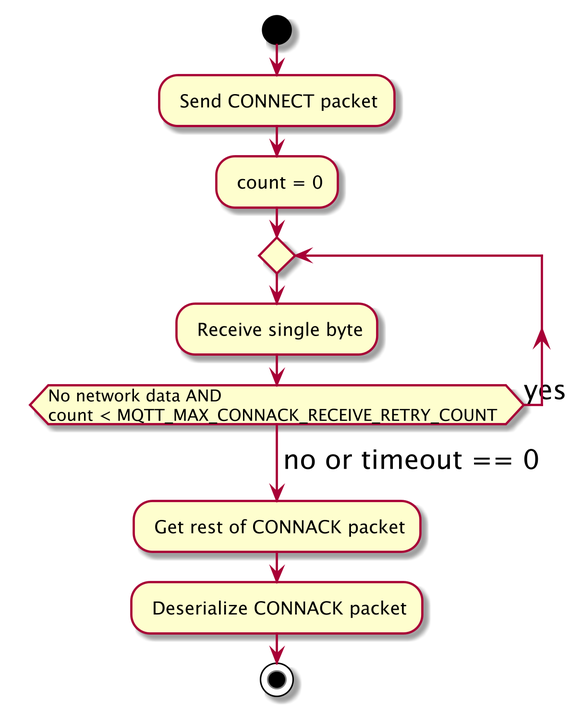
Before: FreeRTOS/FreeRTOS-Plus/Source/Application-Protocols/coreMQTT-Agent/source/dependency/coreMQTT/docs/plantuml/images/mqtt_connect_design.png, a diagram exported from PlantUML (Embedbits/Middlewares-FreeRTOS).
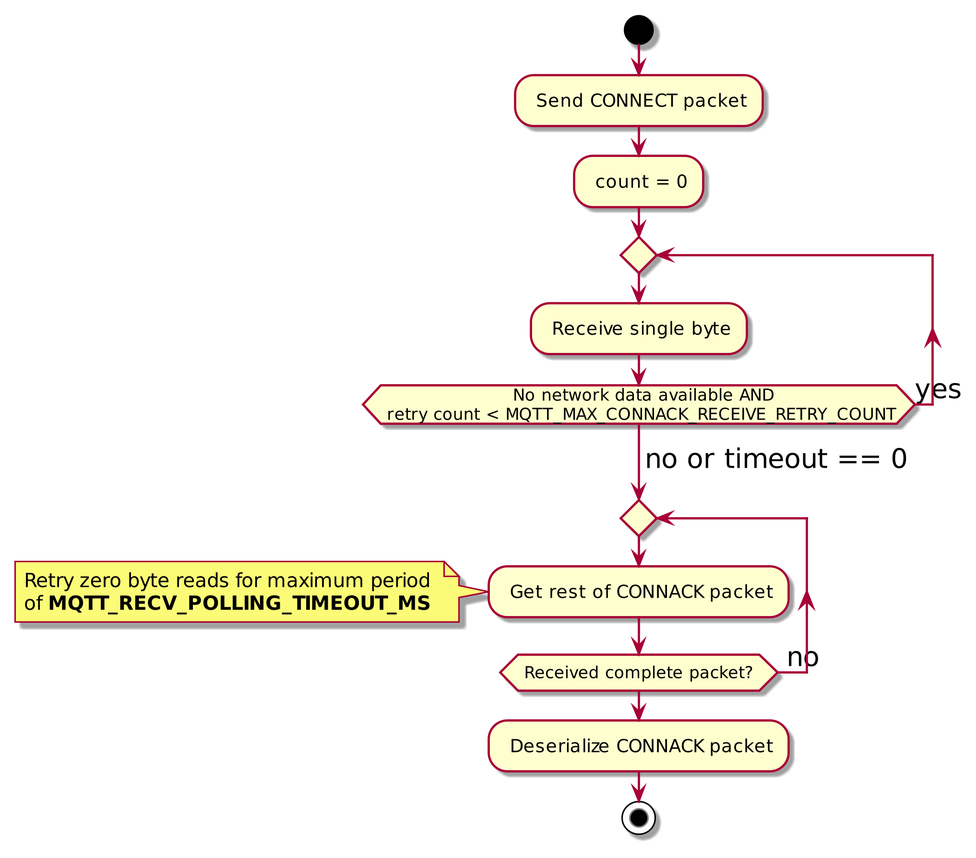
Later version of the same file.

Diff of the diagram source:
```diff
@@ -8,10 +8,13 @@
 
 repeat
 	: Receive single byte;
-repeat while (No network data AND \ncount < MQTT_MAX_CONNACK_RECEIVE_RETRY_COUNT) is (yes)
+repeat while (                      No network data available AND \n retry count < MQTT_MAX_CONNACK_RECEIVE_RETRY_COUNT) is (yes)
 -> no or timeout == 0;
 
-: Get rest of CONNACK packet;
+repeat
+	: Get rest of CONNACK packet;
+	note left: Retry zero byte reads for maximum period \nof **MQTT_RECV_POLLING_TIMEOUT_MS**
+repeat while( Received complete packet? ) is ( no )
 : Deserialize CONNACK packet;
 stop
 
```
